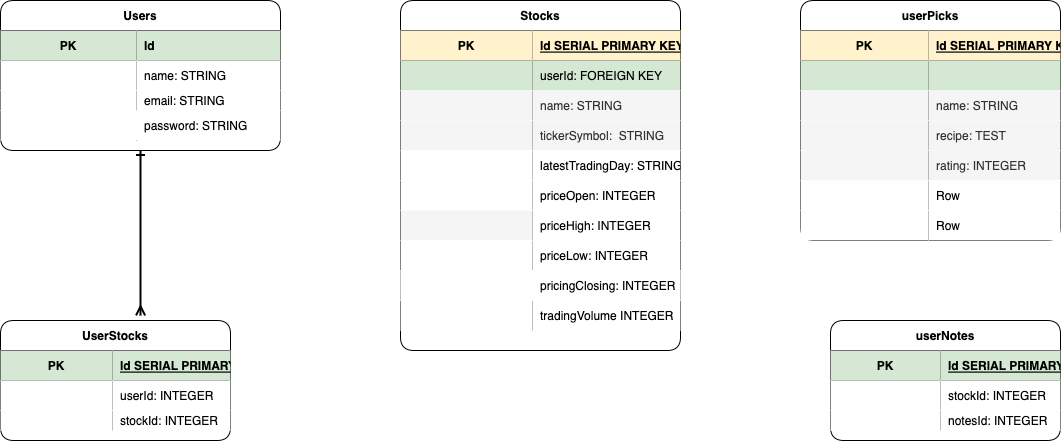
The draw.io diagram ERD.drawio.png in Professorsurf/Project-2, before a commit. Source tidied: cells renumbered, new cells last; positions are measured from the earlier drawing's top-left corner, leaving out a move shared by most shapes.
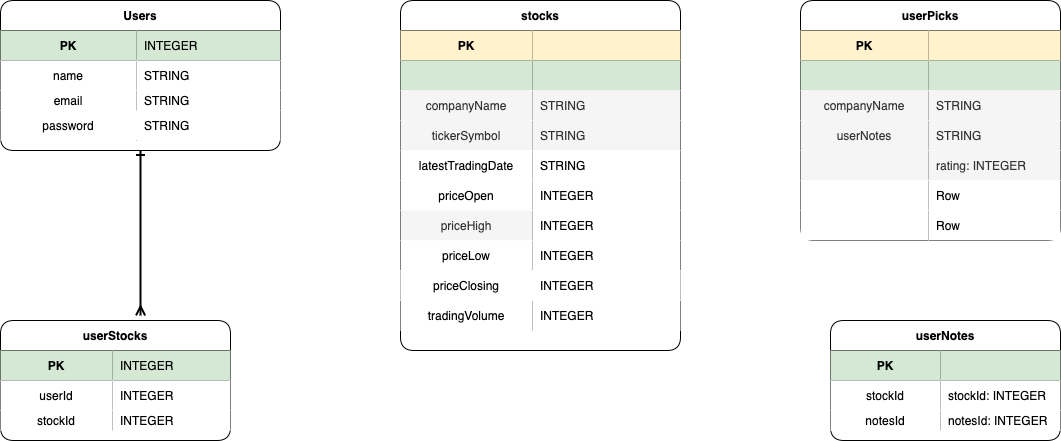
Above is the later version.

The edit, as a diff of the source:
```diff
@@ -16,3 +16,3 @@
     </mxCell>
-    <mxCell id="6" value="Id" style="shape=partialRectangle;fillColor=#d5e8d4;top=0;left=0;bottom=0;right=0;align=left;spacingLeft=6;fontStyle=1;overflow=hidden;strokeColor=#82b366;rounded=0;" parent="4" vertex="1">
+    <mxCell id="6" value="INTEGER" style="shape=partialRectangle;fillColor=#d5e8d4;top=0;left=0;bottom=0;right=0;align=left;spacingLeft=6;fontStyle=0;overflow=hidden;strokeColor=#82b366;rounded=0;" parent="4" vertex="1">
       <mxGeometry x="136" width="144" height="30" as="geometry" />
@@ -22,6 +22,6 @@
     </mxCell>
-    <mxCell id="8" style="shape=partialRectangle;top=0;left=0;bottom=0;right=0;overflow=hidden;" parent="7" vertex="1">
+    <mxCell id="8" value="name" style="shape=partialRectangle;top=0;left=0;bottom=0;right=0;overflow=hidden;" parent="7" vertex="1">
       <mxGeometry width="136" height="30" as="geometry" />
     </mxCell>
-    <mxCell id="9" value="name: STRING" style="shape=partialRectangle;top=0;left=0;bottom=0;right=0;align=left;spacingLeft=6;overflow=hidden;" parent="7" vertex="1">
+    <mxCell id="9" value="STRING" style="shape=partialRectangle;top=0;left=0;bottom=0;right=0;align=left;spacingLeft=6;overflow=hidden;" parent="7" vertex="1">
       <mxGeometry x="136" width="144" height="30" as="geometry" />
@@ -31,6 +31,6 @@
     </mxCell>
-    <mxCell id="11" style="shape=partialRectangle;top=0;left=0;bottom=0;right=0;overflow=hidden;rounded=0;" parent="10" vertex="1">
+    <mxCell id="11" value="email" style="shape=partialRectangle;top=0;left=0;bottom=0;right=0;overflow=hidden;rounded=0;" parent="10" vertex="1">
       <mxGeometry width="136" height="20" as="geometry" />
     </mxCell>
-    <mxCell id="12" value="email: STRING" style="shape=partialRectangle;top=0;left=0;bottom=0;right=0;align=left;spacingLeft=6;overflow=hidden;rounded=0;" parent="10" vertex="1">
+    <mxCell id="12" value="STRING" style="shape=partialRectangle;top=0;left=0;bottom=0;right=0;align=left;spacingLeft=6;overflow=hidden;rounded=0;" parent="10" vertex="1">
       <mxGeometry x="136" width="144" height="20" as="geometry" />
@@ -40,9 +40,9 @@
     </mxCell>
-    <mxCell id="14" style="shape=partialRectangle;fillColor=none;top=0;left=0;bottom=0;right=0;overflow=hidden;rounded=0;" parent="13" vertex="1">
+    <mxCell id="14" value="password" style="shape=partialRectangle;fillColor=none;top=0;left=0;bottom=0;right=0;overflow=hidden;rounded=0;" parent="13" vertex="1">
       <mxGeometry width="136" height="30" as="geometry" />
     </mxCell>
-    <mxCell id="15" value="password: STRING" style="shape=partialRectangle;fillColor=none;top=0;left=0;bottom=0;right=0;align=left;spacingLeft=6;overflow=hidden;rounded=0;" parent="13" vertex="1">
+    <mxCell id="15" value="STRING" style="shape=partialRectangle;fillColor=none;top=0;left=0;bottom=0;right=0;align=left;spacingLeft=6;overflow=hidden;rounded=0;" parent="13" vertex="1">
       <mxGeometry x="136" width="144" height="30" as="geometry" />
     </mxCell>
-    <mxCell id="16" value="Stocks" style="shape=table;startSize=30;rowLines=0;fontStyle=1;align=center;rounded=1;shadow=0;" parent="1" vertex="1">
+    <mxCell id="16" value="stocks" style="shape=table;startSize=30;rowLines=0;fontStyle=1;align=center;rounded=1;shadow=0;" parent="1" vertex="1">
       <mxGeometry x="400" width="280" height="350" as="geometry" />
@@ -55,3 +55,3 @@
     </mxCell>
-    <mxCell id="19" value="Id SERIAL PRIMARY KEY" style="shape=partialRectangle;fillColor=#fff2cc;top=0;left=0;bottom=0;right=0;align=left;spacingLeft=6;fontStyle=5;overflow=hidden;strokeColor=#d6b656;rounded=0;" parent="17" vertex="1">
+    <mxCell id="19" style="shape=partialRectangle;fillColor=#fff2cc;top=0;left=0;bottom=0;right=0;align=left;spacingLeft=6;fontStyle=5;overflow=hidden;strokeColor=#d6b656;rounded=0;" parent="17" vertex="1">
       <mxGeometry x="132" width="148" height="30" as="geometry" />
@@ -64,3 +64,3 @@
     </mxCell>
-    <mxCell id="22" value="userId: FOREIGN KEY" style="shape=partialRectangle;fillColor=#d5e8d4;top=0;left=0;bottom=0;right=0;align=left;spacingLeft=6;fontStyle=0;overflow=hidden;strokeColor=#82b366;rounded=0;" parent="20" vertex="1">
+    <mxCell id="22" style="shape=partialRectangle;fillColor=#d5e8d4;top=0;left=0;bottom=0;right=0;align=left;spacingLeft=6;fontStyle=0;overflow=hidden;strokeColor=#82b366;rounded=0;" parent="20" vertex="1">
       <mxGeometry x="132" width="148" height="30" as="geometry" />
@@ -70,6 +70,6 @@
     </mxCell>
-    <mxCell id="24" style="shape=partialRectangle;fillColor=#f5f5f5;top=0;left=0;bottom=0;right=0;overflow=hidden;fontColor=#333333;strokeColor=#666666;rounded=0;" parent="23" vertex="1">
+    <mxCell id="24" value="companyName" style="shape=partialRectangle;fillColor=#f5f5f5;top=0;left=0;bottom=0;right=0;overflow=hidden;fontColor=#333333;strokeColor=#666666;rounded=0;" parent="23" vertex="1">
       <mxGeometry width="132" height="30" as="geometry" />
     </mxCell>
-    <mxCell id="25" value="name: STRING" style="shape=partialRectangle;fillColor=#f5f5f5;top=0;left=0;bottom=0;right=0;align=left;spacingLeft=6;overflow=hidden;fontColor=#333333;strokeColor=#666666;rounded=0;" parent="23" vertex="1">
+    <mxCell id="25" value="STRING" style="shape=partialRectangle;fillColor=#f5f5f5;top=0;left=0;bottom=0;right=0;align=left;spacingLeft=6;overflow=hidden;fontColor=#333333;strokeColor=#666666;rounded=0;" parent="23" vertex="1">
       <mxGeometry x="132" width="148" height="30" as="geometry" />
@@ -79,6 +79,6 @@
     </mxCell>
-    <mxCell id="27" style="shape=partialRectangle;fillColor=#f5f5f5;top=0;left=0;bottom=0;right=0;overflow=hidden;fontColor=#333333;strokeColor=#666666;rounded=0;" parent="26" vertex="1">
+    <mxCell id="27" value="tickerSymbol" style="shape=partialRectangle;fillColor=#f5f5f5;top=0;left=0;bottom=0;right=0;overflow=hidden;fontColor=#333333;strokeColor=#666666;rounded=0;" parent="26" vertex="1">
       <mxGeometry width="132" height="30" as="geometry" />
     </mxCell>
-    <mxCell id="28" value="tickerSymbol:  STRING" style="shape=partialRectangle;fillColor=#f5f5f5;top=0;left=0;bottom=0;right=0;align=left;spacingLeft=6;overflow=hidden;fontColor=#333333;strokeColor=#666666;rounded=0;" parent="26" vertex="1">
+    <mxCell id="28" value="STRING" style="shape=partialRectangle;fillColor=#f5f5f5;top=0;left=0;bottom=0;right=0;align=left;spacingLeft=6;overflow=hidden;fontColor=#333333;strokeColor=#666666;rounded=0;" parent="26" vertex="1">
       <mxGeometry x="132" width="148" height="30" as="geometry" />
@@ -88,6 +88,6 @@
     </mxCell>
-    <mxCell id="30" style="shape=partialRectangle;top=0;left=0;bottom=0;right=0;overflow=hidden;rounded=0;" parent="29" vertex="1">
+    <mxCell id="30" value="latestTradingDate" style="shape=partialRectangle;top=0;left=0;bottom=0;right=0;overflow=hidden;rounded=0;" parent="29" vertex="1">
       <mxGeometry width="132" height="30" as="geometry" />
     </mxCell>
-    <mxCell id="31" value="latestTradingDay: STRING" style="shape=partialRectangle;top=0;left=0;bottom=0;right=0;align=left;spacingLeft=6;overflow=hidden;rounded=0;" parent="29" vertex="1">
+    <mxCell id="31" value="STRING" style="shape=partialRectangle;top=0;left=0;bottom=0;right=0;align=left;spacingLeft=6;overflow=hidden;rounded=0;" parent="29" vertex="1">
       <mxGeometry x="132" width="148" height="30" as="geometry" />
@@ -97,6 +97,6 @@
     </mxCell>
-    <mxCell id="33" style="shape=partialRectangle;top=0;left=0;bottom=0;right=0;overflow=hidden;" parent="32" vertex="1">
+    <mxCell id="33" value="priceOpen" style="shape=partialRectangle;top=0;left=0;bottom=0;right=0;overflow=hidden;" parent="32" vertex="1">
       <mxGeometry width="132" height="30" as="geometry" />
     </mxCell>
-    <mxCell id="34" value="priceOpen: INTEGER" style="shape=partialRectangle;top=0;left=0;bottom=0;right=0;align=left;spacingLeft=6;overflow=hidden;" parent="32" vertex="1">
+    <mxCell id="34" value="INTEGER" style="shape=partialRectangle;top=0;left=0;bottom=0;right=0;align=left;spacingLeft=6;overflow=hidden;" parent="32" vertex="1">
       <mxGeometry x="132" width="148" height="30" as="geometry" />
@@ -106,6 +106,6 @@
     </mxCell>
-    <mxCell id="36" style="shape=partialRectangle;fillColor=#f5f5f5;top=0;left=0;bottom=0;right=0;overflow=hidden;fontColor=#333333;strokeColor=#666666;rounded=0;" parent="35" vertex="1">
+    <mxCell id="36" value="priceHigh" style="shape=partialRectangle;fillColor=#f5f5f5;top=0;left=0;bottom=0;right=0;overflow=hidden;fontColor=#333333;strokeColor=#666666;rounded=0;" parent="35" vertex="1">
       <mxGeometry width="132" height="30" as="geometry" />
     </mxCell>
-    <mxCell id="37" value="priceHigh: INTEGER" style="shape=partialRectangle;top=0;left=0;bottom=0;right=0;align=left;spacingLeft=6;overflow=hidden;rounded=0;" parent="35" vertex="1">
+    <mxCell id="37" value="INTEGER" style="shape=partialRectangle;top=0;left=0;bottom=0;right=0;align=left;spacingLeft=6;overflow=hidden;rounded=0;" parent="35" vertex="1">
       <mxGeometry x="132" width="148" height="30" as="geometry" />
@@ -115,6 +115,6 @@
     </mxCell>
-    <mxCell id="39" style="shape=partialRectangle;top=0;left=0;bottom=0;right=0;overflow=hidden;rounded=0;" parent="38" vertex="1">
+    <mxCell id="39" value="priceLow" style="shape=partialRectangle;top=0;left=0;bottom=0;right=0;overflow=hidden;rounded=0;" parent="38" vertex="1">
       <mxGeometry width="132" height="30" as="geometry" />
     </mxCell>
-    <mxCell id="40" value="priceLow: INTEGER" style="shape=partialRectangle;top=0;left=0;bottom=0;right=0;align=left;spacingLeft=6;overflow=hidden;rounded=0;" parent="38" vertex="1">
+    <mxCell id="40" value="INTEGER" style="shape=partialRectangle;top=0;left=0;bottom=0;right=0;align=left;spacingLeft=6;overflow=hidden;rounded=0;" parent="38" vertex="1">
       <mxGeometry x="132" width="148" height="30" as="geometry" />
@@ -124,6 +124,6 @@
     </mxCell>
-    <mxCell id="42" style="shape=partialRectangle;top=0;left=0;bottom=0;right=0;overflow=hidden;" parent="41" vertex="1">
+    <mxCell id="42" value="priceClosing" style="shape=partialRectangle;top=0;left=0;bottom=0;right=0;overflow=hidden;" parent="41" vertex="1">
       <mxGeometry width="132" height="30" as="geometry" />
     </mxCell>
-    <mxCell id="43" value="pricingClosing: INTEGER" style="shape=partialRectangle;top=0;left=0;bottom=0;right=0;align=left;spacingLeft=6;overflow=hidden;" parent="41" vertex="1">
+    <mxCell id="43" value="INTEGER" style="shape=partialRectangle;top=0;left=0;bottom=0;right=0;align=left;spacingLeft=6;overflow=hidden;" parent="41" vertex="1">
       <mxGeometry x="132" width="148" height="30" as="geometry" />
@@ -133,9 +133,9 @@
     </mxCell>
-    <mxCell id="45" style="shape=partialRectangle;top=0;left=0;bottom=0;right=0;overflow=hidden;" parent="44" vertex="1">
+    <mxCell id="45" value="tradingVolume" style="shape=partialRectangle;top=0;left=0;bottom=0;right=0;overflow=hidden;" parent="44" vertex="1">
       <mxGeometry width="132" height="30" as="geometry" />
     </mxCell>
-    <mxCell id="46" value="tradingVolume INTEGER" style="shape=partialRectangle;top=0;left=0;bottom=0;right=0;align=left;spacingLeft=6;overflow=hidden;" parent="44" vertex="1">
+    <mxCell id="46" value="INTEGER" style="shape=partialRectangle;top=0;left=0;bottom=0;right=0;align=left;spacingLeft=6;overflow=hidden;" parent="44" vertex="1">
       <mxGeometry x="132" width="148" height="30" as="geometry" />
     </mxCell>
-    <mxCell id="47" value="UserStocks" style="shape=table;startSize=30;rowLines=0;fontStyle=1;align=center;rounded=1;fillColor=none;" parent="1" vertex="1">
+    <mxCell id="47" value="userStocks" style="shape=table;startSize=30;rowLines=0;fontStyle=1;align=center;rounded=1;fillColor=none;" parent="1" vertex="1">
       <mxGeometry y="320" width="230" height="120" as="geometry" />
@@ -148,3 +148,3 @@
     </mxCell>
-    <mxCell id="50" value="Id SERIAL PRIMARY KEY" style="shape=partialRectangle;fillColor=#d5e8d4;top=0;left=0;bottom=0;right=0;align=left;spacingLeft=6;fontStyle=5;overflow=hidden;strokeColor=#82b366;rounded=0;" parent="48" vertex="1">
+    <mxCell id="50" value="INTEGER" style="shape=partialRectangle;fillColor=#d5e8d4;top=0;left=0;bottom=0;right=0;align=left;spacingLeft=6;fontStyle=0;overflow=hidden;strokeColor=#82b366;rounded=0;" parent="48" vertex="1">
       <mxGeometry x="112" width="118" height="30" as="geometry" />
@@ -154,6 +154,6 @@
     </mxCell>
-    <mxCell id="52" style="shape=partialRectangle;top=0;left=0;bottom=0;right=0;overflow=hidden;" parent="51" vertex="1">
+    <mxCell id="52" value="userId" style="shape=partialRectangle;top=0;left=0;bottom=0;right=0;overflow=hidden;" parent="51" vertex="1">
       <mxGeometry width="112" height="30" as="geometry" />
     </mxCell>
-    <mxCell id="53" value="userId: INTEGER" style="shape=partialRectangle;top=0;left=0;bottom=0;right=0;align=left;spacingLeft=6;overflow=hidden;" parent="51" vertex="1">
+    <mxCell id="53" value="INTEGER" style="shape=partialRectangle;top=0;left=0;bottom=0;right=0;align=left;spacingLeft=6;overflow=hidden;" parent="51" vertex="1">
       <mxGeometry x="112" width="118" height="30" as="geometry" />
@@ -163,6 +163,6 @@
     </mxCell>
-    <mxCell id="55" style="shape=partialRectangle;top=0;left=0;bottom=0;right=0;overflow=hidden;rounded=0;" parent="54" vertex="1">
+    <mxCell id="55" value="stockId" style="shape=partialRectangle;top=0;left=0;bottom=0;right=0;overflow=hidden;rounded=0;" parent="54" vertex="1">
       <mxGeometry width="112" height="20" as="geometry" />
     </mxCell>
-    <mxCell id="56" value="stockId: INTEGER" style="shape=partialRectangle;top=0;left=0;bottom=0;right=0;align=left;spacingLeft=6;overflow=hidden;rounded=0;" parent="54" vertex="1">
+    <mxCell id="56" value="INTEGER" style="shape=partialRectangle;top=0;left=0;bottom=0;right=0;align=left;spacingLeft=6;overflow=hidden;rounded=0;" parent="54" vertex="1">
       <mxGeometry x="112" width="118" height="20" as="geometry" />
@@ -178,3 +178,3 @@
     </mxCell>
-    <mxCell id="60" value="Id SERIAL PRIMARY KEY" style="shape=partialRectangle;fillColor=#d5e8d4;top=0;left=0;bottom=0;right=0;align=left;spacingLeft=6;fontStyle=5;overflow=hidden;strokeColor=#82b366;rounded=0;" parent="58" vertex="1">
+    <mxCell id="60" style="shape=partialRectangle;fillColor=#d5e8d4;top=0;left=0;bottom=0;right=0;align=left;spacingLeft=6;fontStyle=5;overflow=hidden;strokeColor=#82b366;rounded=0;" parent="58" vertex="1">
       <mxGeometry x="110" width="120" height="30" as="geometry" />
@@ -184,3 +184,3 @@
     </mxCell>
-    <mxCell id="62" style="shape=partialRectangle;top=0;left=0;bottom=0;right=0;overflow=hidden;" parent="61" vertex="1">
+    <mxCell id="62" value="stockId" style="shape=partialRectangle;top=0;left=0;bottom=0;right=0;overflow=hidden;" parent="61" vertex="1">
       <mxGeometry width="110" height="30" as="geometry" />
@@ -193,3 +193,3 @@
     </mxCell>
-    <mxCell id="65" style="shape=partialRectangle;top=0;left=0;bottom=0;right=0;overflow=hidden;rounded=0;" parent="64" vertex="1">
+    <mxCell id="65" value="notesId" style="shape=partialRectangle;top=0;left=0;bottom=0;right=0;overflow=hidden;rounded=0;" parent="64" vertex="1">
       <mxGeometry width="110" height="20" as="geometry" />
@@ -208,3 +208,3 @@
     </mxCell>
-    <mxCell id="70" value="Id SERIAL PRIMARY KEY" style="shape=partialRectangle;fillColor=#fff2cc;top=0;left=0;bottom=0;right=0;align=left;spacingLeft=6;fontStyle=5;overflow=hidden;strokeColor=#d6b656;rounded=0;" parent="68" vertex="1">
+    <mxCell id="70" style="shape=partialRectangle;fillColor=#fff2cc;top=0;left=0;bottom=0;right=0;align=left;spacingLeft=6;fontStyle=5;overflow=hidden;strokeColor=#d6b656;rounded=0;" parent="68" vertex="1">
       <mxGeometry x="128" width="132" height="30" as="geometry" />
@@ -223,6 +223,6 @@
     </mxCell>
-    <mxCell id="75" style="shape=partialRectangle;fillColor=#f5f5f5;top=0;left=0;bottom=0;right=0;overflow=hidden;fontColor=#333333;strokeColor=#666666;rounded=0;" parent="74" vertex="1">
+    <mxCell id="75" value="companyName" style="shape=partialRectangle;fillColor=#f5f5f5;top=0;left=0;bottom=0;right=0;overflow=hidden;fontColor=#333333;strokeColor=#666666;rounded=0;" parent="74" vertex="1">
       <mxGeometry width="128" height="30" as="geometry" />
     </mxCell>
-    <mxCell id="76" value="name: STRING" style="shape=partialRectangle;fillColor=#f5f5f5;top=0;left=0;bottom=0;right=0;align=left;spacingLeft=6;overflow=hidden;fontColor=#333333;strokeColor=#666666;rounded=0;" parent="74" vertex="1">
+    <mxCell id="76" value="STRING" style="shape=partialRectangle;fillColor=#f5f5f5;top=0;left=0;bottom=0;right=0;align=left;spacingLeft=6;overflow=hidden;fontColor=#333333;strokeColor=#666666;rounded=0;" parent="74" vertex="1">
       <mxGeometry x="128" width="132" height="30" as="geometry" />
@@ -232,6 +232,6 @@
     </mxCell>
-    <mxCell id="78" style="shape=partialRectangle;fillColor=#f5f5f5;top=0;left=0;bottom=0;right=0;overflow=hidden;fontColor=#333333;strokeColor=#666666;rounded=0;" parent="77" vertex="1">
+    <mxCell id="78" value="userNotes" style="shape=partialRectangle;fillColor=#f5f5f5;top=0;left=0;bottom=0;right=0;overflow=hidden;fontColor=#333333;strokeColor=#666666;rounded=0;" parent="77" vertex="1">
       <mxGeometry width="128" height="30" as="geometry" />
     </mxCell>
-    <mxCell id="79" value="recipe: TEST" style="shape=partialRectangle;fillColor=#f5f5f5;top=0;left=0;bottom=0;right=0;align=left;spacingLeft=6;overflow=hidden;fontColor=#333333;strokeColor=#666666;rounded=0;" parent="77" vertex="1">
+    <mxCell id="79" value="STRING" style="shape=partialRectangle;fillColor=#f5f5f5;top=0;left=0;bottom=0;right=0;align=left;spacingLeft=6;overflow=hidden;fontColor=#333333;strokeColor=#666666;rounded=0;" parent="77" vertex="1">
       <mxGeometry x="128" width="132" height="30" as="geometry" />
```
